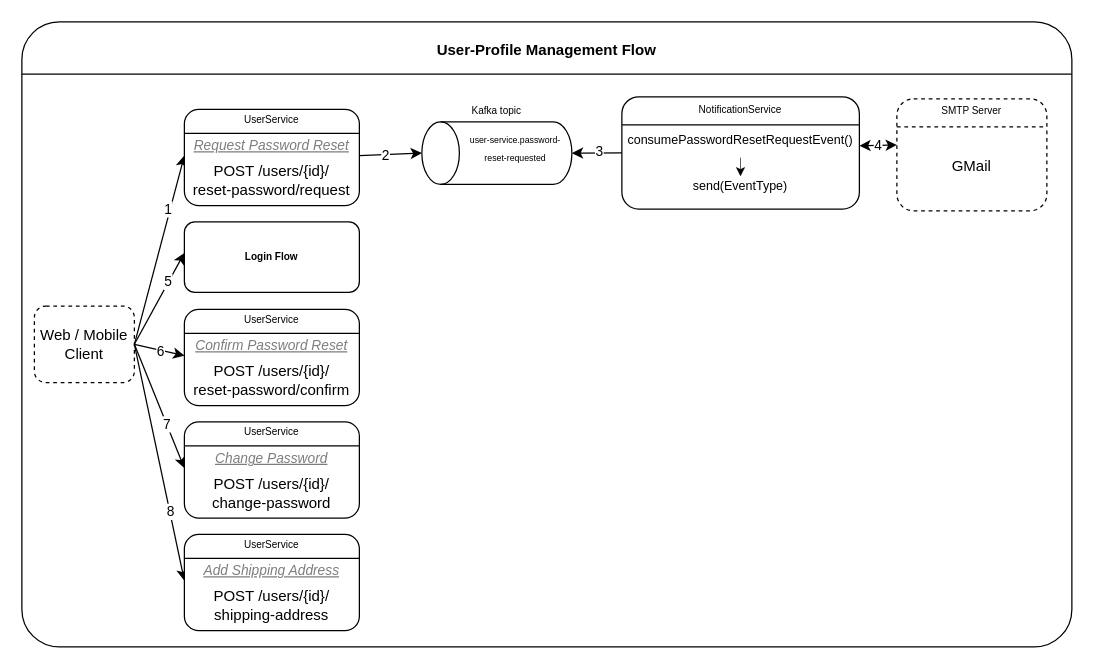
Earlier version of the draw.io diagram design-docs/high-level-design/data-flows/04-User-Profile-Management-Flow.drawio (sridharpatil047/ecom). Source tidied: cells renumbered, new cells numbered last; positions are measured from the earlier drawing's top-left corner, leaving out a move shared by most shapes. Both pictures are drawn from the tidied source at 125%, with x=0, y=0 at pixel (21, 21).
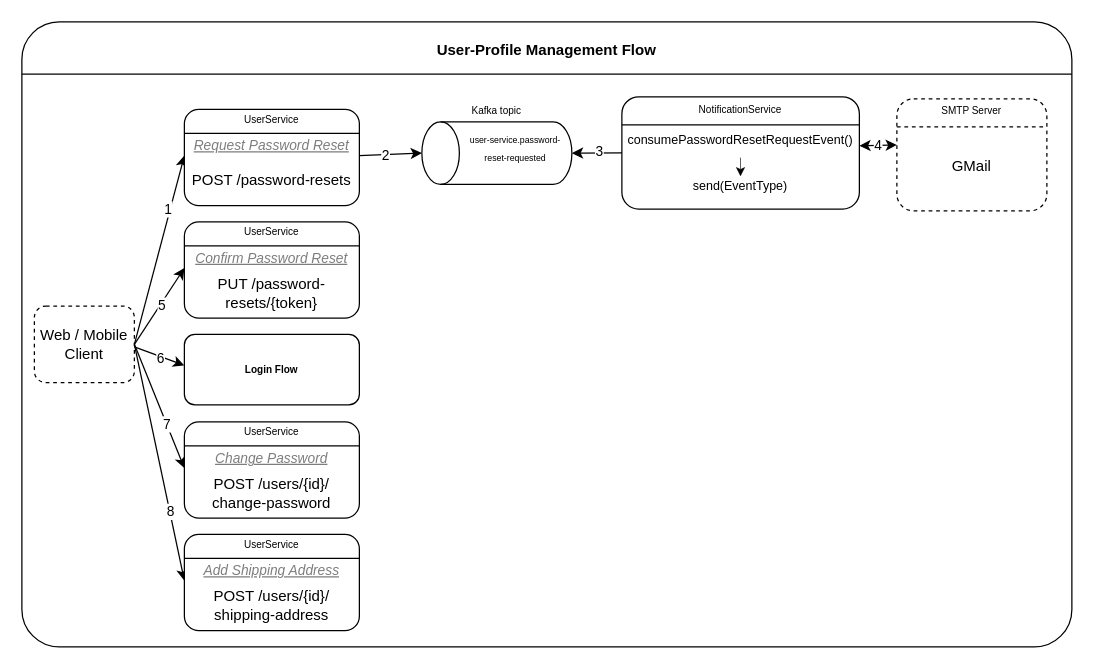
The same diagram, later.

The change refers to these unchanged cells:
```xml
<mxCell id="2" style="group;" parent="1" vertex="1">
  <mxGeometry width="840" height="500" as="geometry" />
</mxCell>
<mxCell id="6" value="Web / Mobile Client" style="rounded=1;whiteSpace=wrap;html=1;dashed=1;" parent="1" vertex="1">
  <mxGeometry x="10" y="227.3" width="80" height="61.3" as="geometry" />
</mxCell>
<mxCell id="30" style="endArrow=classic;html=1;rounded=0;exitX=1;exitY=0.5;exitDx=0;exitDy=0;entryX=0;entryY=0;entryDx=0;entryDy=0;" parent="1" edge="1" source="6" target="39">
  <mxGeometry relative="1" as="geometry" />
</mxCell>
```

Diff of the diagram source:
```diff
@@
+    <mxCell id="58" style="group;" parent="2" vertex="1">
+      <mxGeometry x="130" y="250" width="140" height="56.4" as="geometry" />
+    </mxCell>
+    <mxCell id="59" style="group;" parent="58" vertex="1">
+      <mxGeometry width="140" height="56.4" as="geometry" />
+    </mxCell>
+    <mxCell id="56" style="rounded=1;whiteSpace=wrap;html=1;" parent="59" vertex="1">
+      <mxGeometry width="140" height="56.4" as="geometry" />
+    </mxCell>
+    <mxCell id="57" value="&lt;b&gt;Login Flow&lt;/b&gt;" style="text;html=1;align=center;verticalAlign=middle;whiteSpace=wrap;rounded=0;fontSize=8;" parent="59" vertex="1">
+      <mxGeometry y="21.5" width="140" height="13.3" as="geometry" />
+    </mxCell>
@@
-    <mxCell id="28" style="endArrow=classic;html=1;rounded=0;exitX=1;exitY=0.5;exitDx=0;exitDy=0;entryX=0;entryY=0.25;entryDx=0;entryDy=0;" parent="1" edge="1" source="6" target="57">
-      <mxGeometry relative="1" as="geometry" />
-    </mxCell>
-    <mxCell id="29" value="5" style="edgeLabel;html=1;align=center;verticalAlign=middle;" parent="28" vertex="1">
-      <mxGeometry x="0.37" y="1" relative="1" as="geometry" />
-    </mxCell>
@@
-    <mxCell id="31" value="6" style="edgeLabel;html=1;align=center;verticalAlign=middle;" parent="30" vertex="1">
+    <mxCell id="31" value="5" style="edgeLabel;html=1;align=center;verticalAlign=middle;" parent="30" vertex="1">
       <mxGeometry x="0.04" y="-1" relative="1" as="geometry" />
     </mxCell>
@@
     <mxCell id="36" style="rounded=1;whiteSpace=wrap;html=1;" parent="1" vertex="1">
-      <mxGeometry x="130" y="230" width="140" height="77" as="geometry" />
+      <mxGeometry x="130" y="160" width="140" height="77" as="geometry" />
     </mxCell>
@@
     <mxCell id="38" value="UserService" style="text;html=1;align=center;verticalAlign=middle;whiteSpace=wrap;rounded=0;fontSize=8;" parent="1" vertex="1">
-      <mxGeometry x="130" y="231" width="140" height="13" as="geometry" />
+      <mxGeometry x="130" y="161" width="140" height="13" as="geometry" />
     </mxCell>
-    <mxCell id="39" value="POST /users/{id}/&lt;div&gt;reset-password/confirm&lt;/div&gt;" style="text;html=1;align=center;verticalAlign=middle;whiteSpace=wrap;rounded=0;" parent="1" vertex="1">
-      <mxGeometry x="130" y="267" width="140" height="39" as="geometry" />
+    <mxCell id="39" value="PUT /password-resets/{token}" style="text;html=1;align=center;verticalAlign=middle;whiteSpace=wrap;rounded=0;" parent="1" vertex="1">
+      <mxGeometry x="130" y="197" width="140" height="39" as="geometry" />
     </mxCell>
     <mxCell id="40" value="&lt;i&gt;&lt;u&gt;&lt;font style=&quot;font-size: 11px;&quot;&gt;Confirm Password Reset&lt;/font&gt;&lt;/u&gt;&lt;/i&gt;" style="text;html=1;align=center;verticalAlign=middle;whiteSpace=wrap;rounded=0;fillColor=none;gradientColor=none;dashed=1;fontColor=#7D7D7D;" parent="1" vertex="1">
-      <mxGeometry x="130" y="250" width="140" height="17" as="geometry" />
+      <mxGeometry x="130" y="180" width="140" height="17" as="geometry" />
     </mxCell>
@@
-    <mxCell id="54" value="POST /users/{id}/&lt;div&gt;reset-password/request&lt;/div&gt;" style="text;html=1;align=center;verticalAlign=middle;whiteSpace=wrap;rounded=0;" parent="1" vertex="1">
+    <mxCell id="54" value="POST /password-resets" style="text;html=1;align=center;verticalAlign=middle;whiteSpace=wrap;rounded=0;" parent="1" vertex="1">
       <mxGeometry x="130" y="107" width="140" height="39" as="geometry" />
     </mxCell>
@@
-    <mxCell id="56" style="rounded=1;whiteSpace=wrap;html=1;" parent="1" vertex="1">
-      <mxGeometry x="130" y="160" width="140" height="56.4" as="geometry" />
-    </mxCell>
-    <mxCell id="57" value="&lt;b&gt;Login Flow&lt;/b&gt;" style="text;html=1;align=center;verticalAlign=middle;whiteSpace=wrap;rounded=0;fontSize=8;" parent="1" vertex="1">
-      <mxGeometry x="130" y="181.5" width="140" height="13.3" as="geometry" />
-    </mxCell>
+    <mxCell id="60" style="endArrow=classic;html=1;rounded=0;entryX=0;entryY=0.25;entryDx=0;entryDy=0;" parent="1" edge="1" target="57">
+      <mxGeometry relative="1" as="geometry">
+        <mxPoint x="90" y="260" as="sourcePoint" />
+      </mxGeometry>
+    </mxCell>
+    <mxCell id="61" value="6" style="edgeLabel;html=1;align=center;verticalAlign=middle;" parent="60" vertex="1">
+      <mxGeometry x="0.04" y="-1" relative="1" as="geometry" />
+    </mxCell>
```
